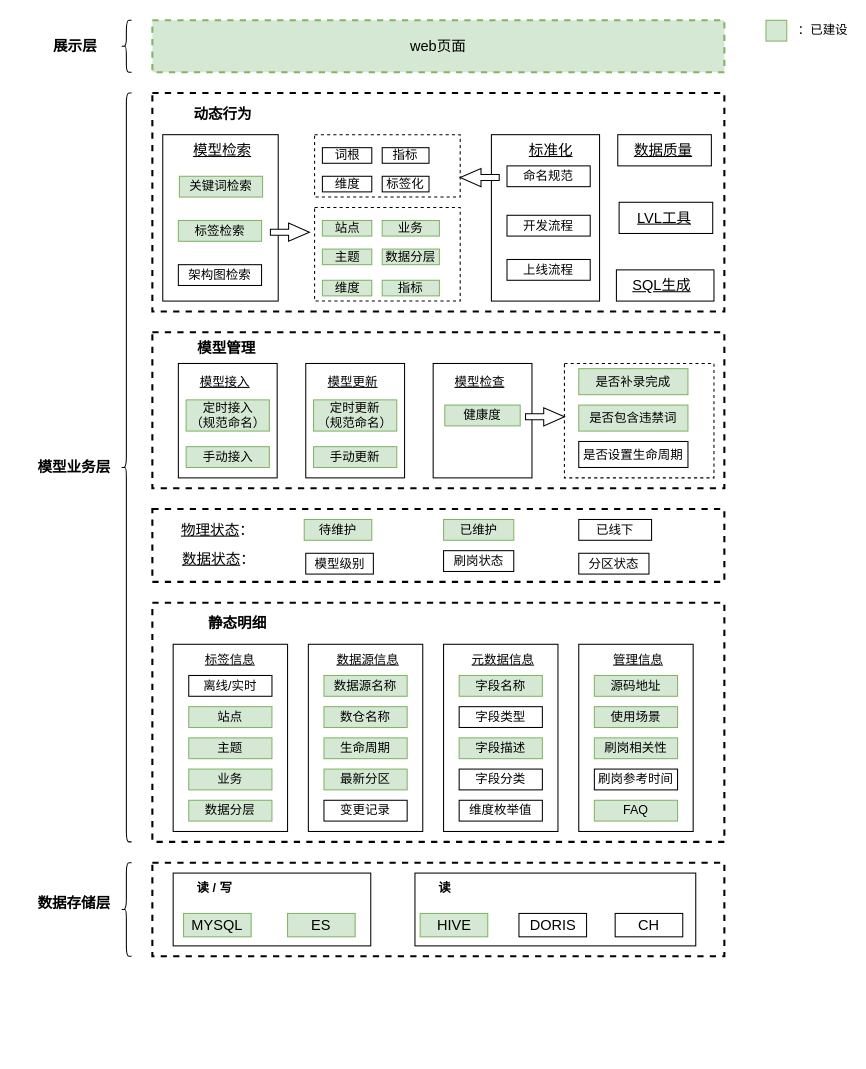
huang-chh/draw keeps this draw.io diagram as page "业务架构v2" (8 of 9) of demo01/数据地图.drawio. Above is the earlier version. Source tidied: cells renumbered, new cells numbered last; positions are measured from the earlier drawing's top-left corner, leaving out a move shared by most shapes. Both pictures are drawn from the tidied source at 104%, with x=0, y=0 at pixel (27, 18).
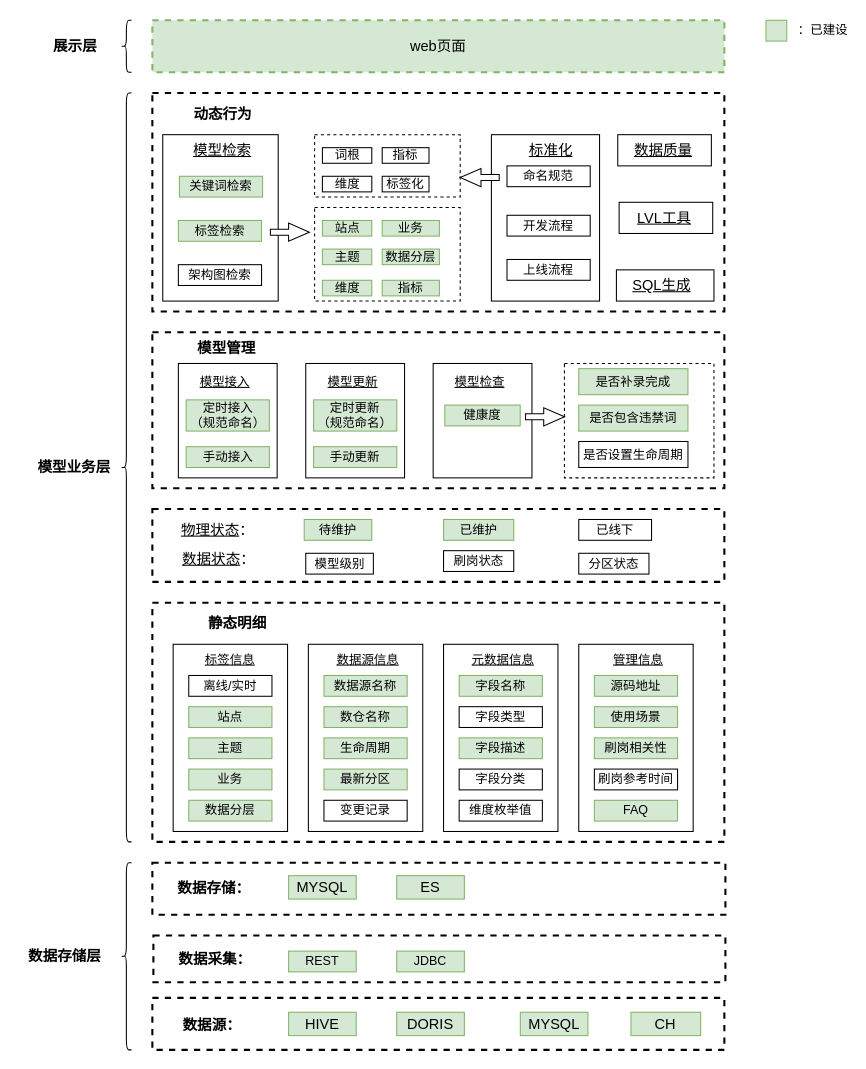
The same page after the edit.

The edit, as a diff of the source:
```diff
@@
+    <mxCell id="110" style="rounded=0;whiteSpace=wrap;html=1;dashed=1;strokeWidth=2;" parent="1" vertex="1">
+      <mxGeometry x="120" y="812" width="551" height="50" as="geometry" />
+    </mxCell>
+    <mxCell id="111" style="rounded=0;whiteSpace=wrap;html=1;dashed=1;strokeWidth=2;" parent="1" vertex="1">
+      <mxGeometry x="121" y="882" width="550" height="45" as="geometry" />
+    </mxCell>
@@
-    <mxCell id="6" style="rounded=0;whiteSpace=wrap;html=1;dashed=1;fontSize=14;strokeWidth=2;" parent="1" vertex="1">
-      <mxGeometry x="120" y="812" width="550" height="90" as="geometry" />
-    </mxCell>
-    <mxCell id="7" style="rounded=0;whiteSpace=wrap;html=1;fontSize=14;strokeWidth=1;" parent="1" vertex="1">
-      <mxGeometry x="372.5" y="822" width="270" height="70" as="geometry" />
+    <mxCell id="7" style="rounded=0;whiteSpace=wrap;html=1;fontSize=14;strokeWidth=2;dashed=1;" parent="1" vertex="1">
+      <mxGeometry x="120" y="942" width="550" height="50" as="geometry" />
     </mxCell>
-    <mxCell id="8" style="rounded=0;whiteSpace=wrap;html=1;fontSize=14;strokeWidth=1;" parent="1" vertex="1">
-      <mxGeometry x="140" y="822" width="190" height="70" as="geometry" />
-    </mxCell>
@@
     <mxCell id="53" value="MYSQL" style="rounded=0;whiteSpace=wrap;html=1;fontSize=14;strokeWidth=1;fillColor=#d5e8d4;strokeColor=#82b366;" parent="1" vertex="1">
-      <mxGeometry x="150" y="860.8" width="65" height="22.5" as="geometry" />
+      <mxGeometry x="251" y="824.5" width="65" height="22.5" as="geometry" />
     </mxCell>
     <mxCell id="54" value="ES" style="rounded=0;whiteSpace=wrap;html=1;fontSize=14;strokeWidth=1;fillColor=#d5e8d4;strokeColor=#82b366;" parent="1" vertex="1">
-      <mxGeometry x="250" y="860.8" width="65" height="22.5" as="geometry" />
+      <mxGeometry x="355" y="824.5" width="65" height="22.5" as="geometry" />
     </mxCell>
     <mxCell id="55" value="HIVE" style="rounded=0;whiteSpace=wrap;html=1;fontSize=14;strokeWidth=1;fillColor=#d5e8d4;strokeColor=#82b366;" parent="1" vertex="1">
-      <mxGeometry x="377.5" y="860.8" width="65" height="22.5" as="geometry" />
+      <mxGeometry x="251" y="955.8" width="65" height="22.5" as="geometry" />
     </mxCell>
-    <mxCell id="56" value="DORIS" style="rounded=0;whiteSpace=wrap;html=1;fontSize=14;strokeWidth=1;" parent="1" vertex="1">
-      <mxGeometry x="472.5" y="860.8" width="65" height="22.5" as="geometry" />
+    <mxCell id="56" value="DORIS" style="rounded=0;whiteSpace=wrap;html=1;fontSize=14;strokeWidth=1;fillColor=#d5e8d4;strokeColor=#82b366;" parent="1" vertex="1">
+      <mxGeometry x="355" y="955.8" width="65" height="22.5" as="geometry" />
     </mxCell>
-    <mxCell id="57" value="CH" style="rounded=0;whiteSpace=wrap;html=1;fontSize=14;strokeWidth=1;" parent="1" vertex="1">
-      <mxGeometry x="565" y="860.8" width="65" height="22.5" as="geometry" />
+    <mxCell id="57" value="CH" style="rounded=0;whiteSpace=wrap;html=1;fontSize=14;strokeWidth=1;fillColor=#d5e8d4;strokeColor=#82b366;" parent="1" vertex="1">
+      <mxGeometry x="580.2" y="955.8" width="67" height="22.5" as="geometry" />
     </mxCell>
     <mxCell id="58" value="&lt;span style=&quot;font-size: 14px&quot;&gt;&lt;b&gt;数据存储层&lt;/b&gt;&lt;/span&gt;" style="text;html=1;strokeColor=none;fillColor=none;align=center;verticalAlign=middle;whiteSpace=wrap;rounded=0;dashed=1;" parent="1" vertex="1">
-      <mxGeometry y="840.8" width="90" height="20" as="geometry" />
+      <mxGeometry x="-9" y="892" width="90" height="20" as="geometry" />
     </mxCell>
-    <mxCell id="59" value="&lt;b&gt;读 / 写&lt;/b&gt;" style="text;html=1;strokeColor=none;fillColor=none;align=center;verticalAlign=middle;whiteSpace=wrap;rounded=0;dashed=1;" parent="1" vertex="1">
-      <mxGeometry x="150" y="822" width="60" height="30" as="geometry" />
-    </mxCell>
-    <mxCell id="60" value="&lt;b&gt;读&amp;nbsp;&lt;/b&gt;" style="text;html=1;strokeColor=none;fillColor=none;align=center;verticalAlign=middle;whiteSpace=wrap;rounded=0;dashed=1;" parent="1" vertex="1">
-      <mxGeometry x="372.5" y="822" width="60" height="30" as="geometry" />
-    </mxCell>
@@
     <mxCell id="63" style="shape=curlyBracket;whiteSpace=wrap;html=1;rounded=1;fontSize=14;strokeWidth=1;" parent="1" vertex="1">
-      <mxGeometry x="90" y="812" width="10" height="90" as="geometry" />
+      <mxGeometry x="90" y="812" width="10" height="180" as="geometry" />
     </mxCell>
@@
+    <mxCell id="112" value="MYSQL" style="rounded=0;whiteSpace=wrap;html=1;fontSize=14;strokeWidth=1;fillColor=#d5e8d4;strokeColor=#82b366;" parent="1" vertex="1">
+      <mxGeometry x="473.8" y="955.8" width="65" height="22.5" as="geometry" />
+    </mxCell>
+    <mxCell id="113" value="&lt;span style=&quot;font-size: 14px&quot;&gt;&lt;b&gt;数据采集：&lt;/b&gt;&lt;/span&gt;" style="text;html=1;strokeColor=none;fillColor=none;align=center;verticalAlign=middle;whiteSpace=wrap;rounded=0;dashed=1;" parent="1" vertex="1">
+      <mxGeometry x="143" y="894.5" width="75" height="20" as="geometry" />
+    </mxCell>
+    <mxCell id="114" value="REST" style="rounded=0;whiteSpace=wrap;html=1;fillColor=#d5e8d4;strokeColor=#82b366;" parent="1" vertex="1">
+      <mxGeometry x="251" y="897" width="65" height="20" as="geometry" />
+    </mxCell>
+    <mxCell id="115" value="JDBC" style="rounded=0;whiteSpace=wrap;html=1;fillColor=#d5e8d4;strokeColor=#82b366;" parent="1" vertex="1">
+      <mxGeometry x="355" y="897" width="65" height="20" as="geometry" />
+    </mxCell>
+    <mxCell id="116" value="&lt;span style=&quot;font-size: 14px&quot;&gt;&lt;b&gt;数据存储：&lt;/b&gt;&lt;/span&gt;" style="text;html=1;strokeColor=none;fillColor=none;align=center;verticalAlign=middle;whiteSpace=wrap;rounded=0;dashed=1;" parent="1" vertex="1">
+      <mxGeometry x="142" y="827" width="75" height="20" as="geometry" />
+    </mxCell>
+    <mxCell id="117" value="&lt;span style=&quot;font-size: 14px&quot;&gt;&lt;b&gt;数据源：&lt;/b&gt;&lt;/span&gt;" style="text;html=1;strokeColor=none;fillColor=none;align=center;verticalAlign=middle;whiteSpace=wrap;rounded=0;dashed=1;" parent="1" vertex="1">
+      <mxGeometry x="140" y="958.2" width="75" height="20" as="geometry" />
+    </mxCell>
```
